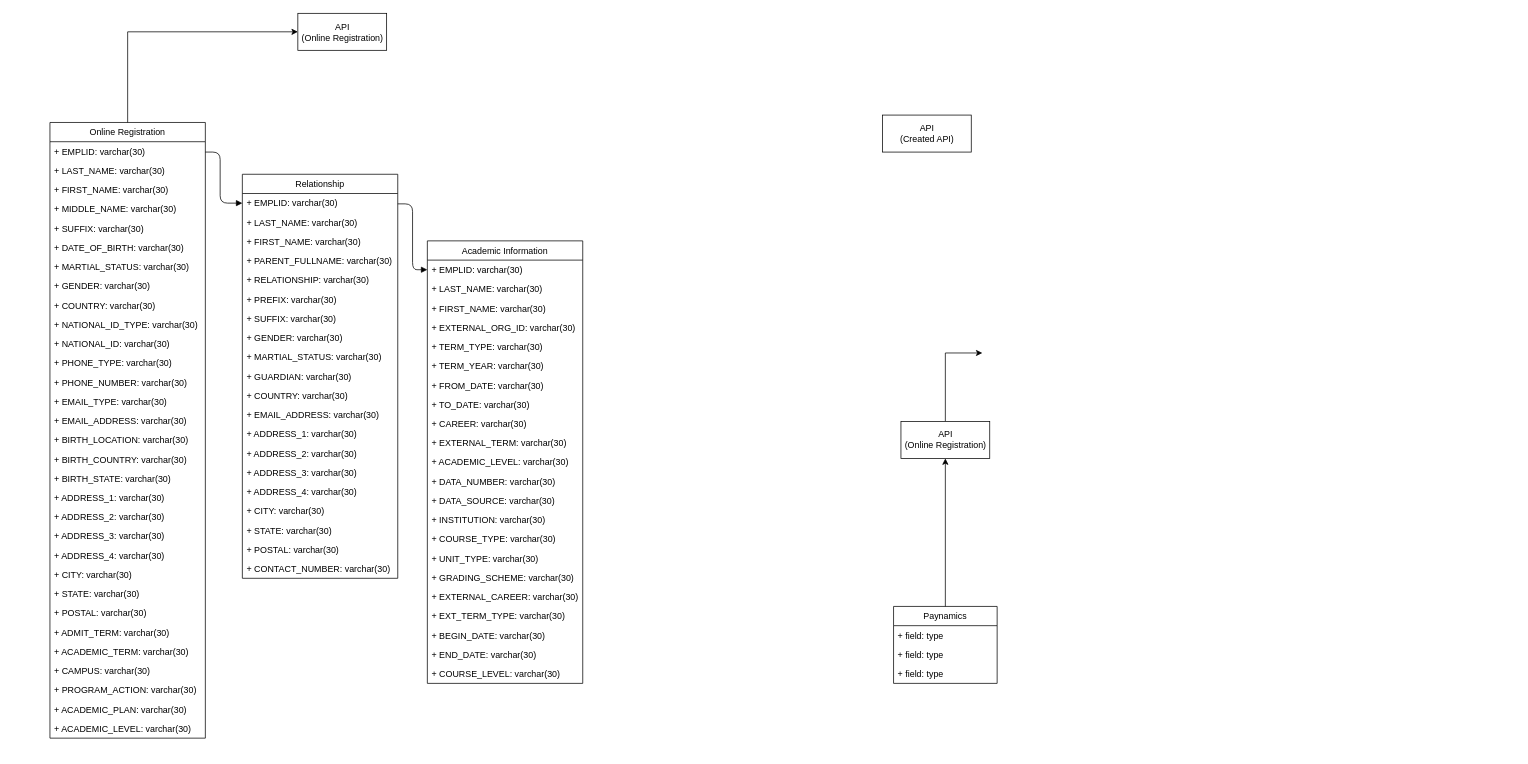
Above: page "Page-3" (2 of 2) of Untitled Diagram.drawio in masterdeans/danidean (draw.io), before the change. Source tidied: cells renumbered, new cells numbered last; positions are measured from the earlier drawing's top-left corner, leaving out a move shared by most shapes. Both pictures are drawn from the tidied source at 74%, with x=0, y=0 at pixel (50, 13).
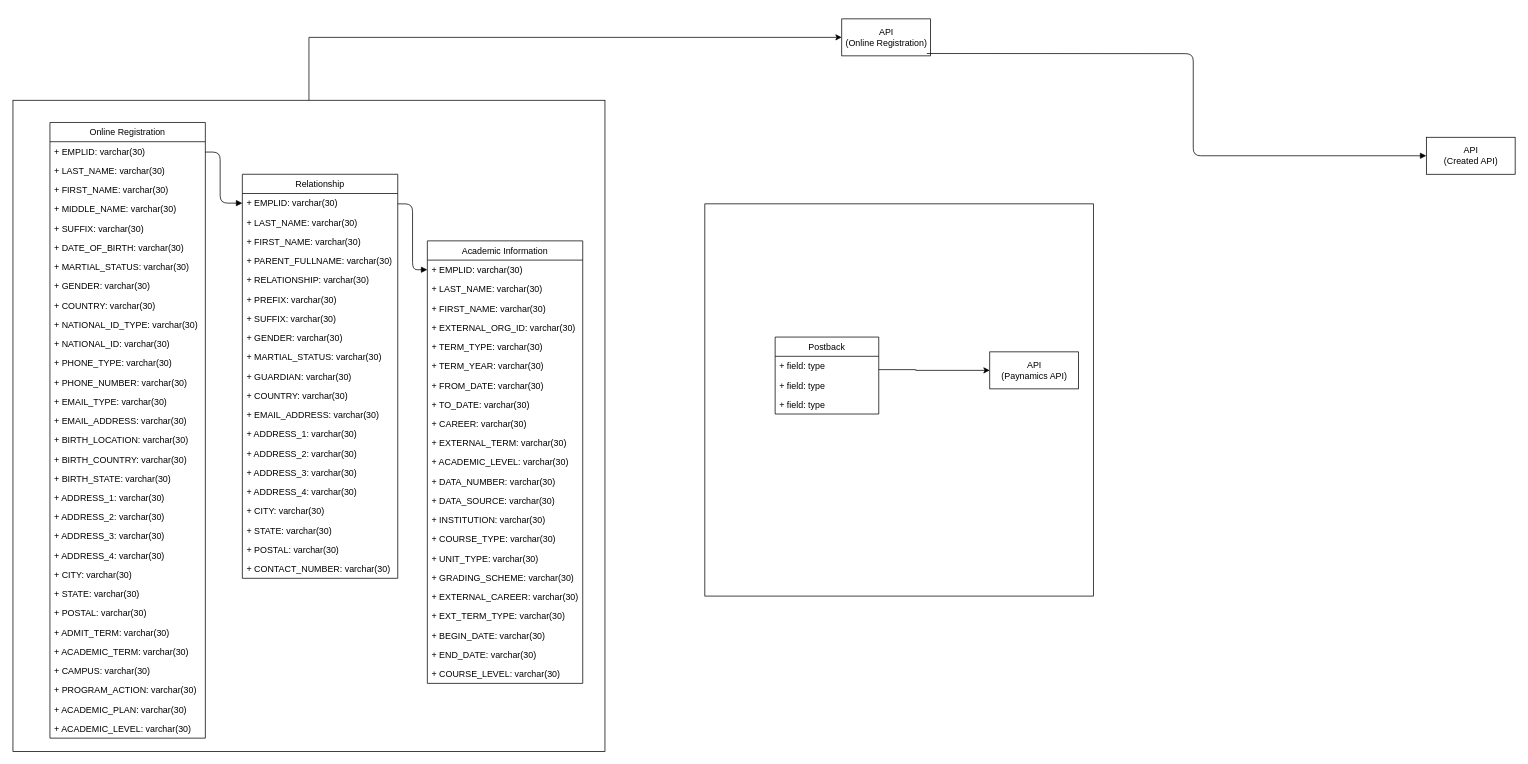
After the change.

The change refers to these unchanged cells:
```xml
<mxCell id="3" value="Online Registration" style="swimlane;fontStyle=0;horizontal=1;startSize=26;fillColor=none;" parent="1" vertex="1">
  <mxGeometry y="148" width="210" height="832" as="geometry" />
</mxCell>
```

The edit, as a diff of the source:
```diff
@@
+    <mxCell id="90" style="html=1;" parent="1" vertex="1">
+      <mxGeometry x="885" y="258" width="525" height="530" as="geometry" />
+    </mxCell>
+    <mxCell id="91" style="html=1;" parent="1" vertex="1">
+      <mxGeometry x="-50" y="118" width="800" height="880" as="geometry" />
+    </mxCell>
-    <mxCell id="2" style="edgeStyle=orthogonalEdgeStyle;rounded=0;jettySize=auto;html=1;exitX=0.5;exitY=0;exitDx=0;exitDy=0;entryX=0;entryY=0.5;entryDx=0;entryDy=0;" parent="1" edge="1" source="3" target="35">
+    <mxCell id="2" style="edgeStyle=orthogonalEdgeStyle;rounded=0;jettySize=auto;html=1;exitX=0.5;exitY=0;exitDx=0;exitDy=0;entryX=0;entryY=0.5;entryDx=0;entryDy=0;" parent="1" edge="1" source="91" target="35">
       <mxGeometry relative="1" as="geometry" />
     </mxCell>
@@
     <mxCell id="35" value="API&lt;br&gt;(Online Registration)" style="html=1;" parent="1" vertex="1">
-      <mxGeometry x="335" y="0.5" width="120" height="50" as="geometry" />
+      <mxGeometry x="1070" y="8" width="120" height="50" as="geometry" />
     </mxCell>
@@
-    <mxCell id="57" style="edgeStyle=orthogonalEdgeStyle;rounded=0;jettySize=auto;html=1;entryX=0.5;entryY=1;entryDx=0;entryDy=0;" parent="1" edge="1" source="86" target="60">
-      <mxGeometry relative="1" as="geometry" />
+    <mxCell id="57" style="edgeStyle=orthogonalEdgeStyle;rounded=0;jettySize=auto;html=1;entryX=0;entryY=0.5;entryDx=0;entryDy=0;" parent="1" edge="1" source="86" target="60">
+      <mxGeometry relative="1" as="geometry">
+        <Array as="points">
+          <mxPoint x="1170" y="482" />
+          <mxPoint x="1270" y="483" />
+        </Array>
+      </mxGeometry>
     </mxCell>
     <mxCell id="58" value="API&lt;br&gt;(Created API)" style="html=1;" parent="1" vertex="1">
-      <mxGeometry x="1125" y="138" width="120" height="50" as="geometry" />
+      <mxGeometry x="1860" y="168" width="120" height="50" as="geometry" />
     </mxCell>
-    <mxCell id="59" style="edgeStyle=orthogonalEdgeStyle;rounded=0;jettySize=auto;html=1;entryX=0;entryY=0.75;entryDx=0;entryDy=0;exitX=0.5;exitY=0;exitDx=0;exitDy=0;" parent="1" edge="1" source="60">
-      <mxGeometry relative="1" as="geometry">
-        <mxPoint x="1260" y="459.5" as="targetPoint" />
-        <Array as="points">
-          <mxPoint x="1210" y="459" />
-        </Array>
-      </mxGeometry>
-    </mxCell>
-    <mxCell id="60" value="API&lt;br&gt;(Online Registration)" style="html=1;" parent="1" vertex="1">
-      <mxGeometry x="1150" y="552" width="120" height="50" as="geometry" />
+    <mxCell id="60" value="API&lt;br&gt;(Paynamics API)" style="html=1;" parent="1" vertex="1">
+      <mxGeometry x="1270" y="458" width="120" height="50" as="geometry" />
     </mxCell>
@@
+    <mxCell id="92" style="html=1;verticalAlign=bottom;endArrow=block;entryX=0;entryY=0.5;entryDx=0;entryDy=0;" parent="1" edge="1" target="58">
+      <mxGeometry relative="1" as="geometry">
+        <mxPoint x="1185" y="54.8" as="sourcePoint" />
+        <Array as="points">
+          <mxPoint x="1545" y="55" />
+          <mxPoint x="1545" y="193" />
+        </Array>
+      </mxGeometry>
+    </mxCell>
-    <mxCell id="86" value="Paynamics" style="swimlane;fontStyle=0;horizontal=1;startSize=26;fillColor=none;" parent="1" vertex="1">
-      <mxGeometry x="1140" y="802" width="140" height="104" as="geometry" />
+    <mxCell id="86" value="Postback" style="swimlane;fontStyle=0;horizontal=1;startSize=26;fillColor=none;" parent="1" vertex="1">
+      <mxGeometry x="980" y="438" width="140" height="104" as="geometry" />
     </mxCell>
```
